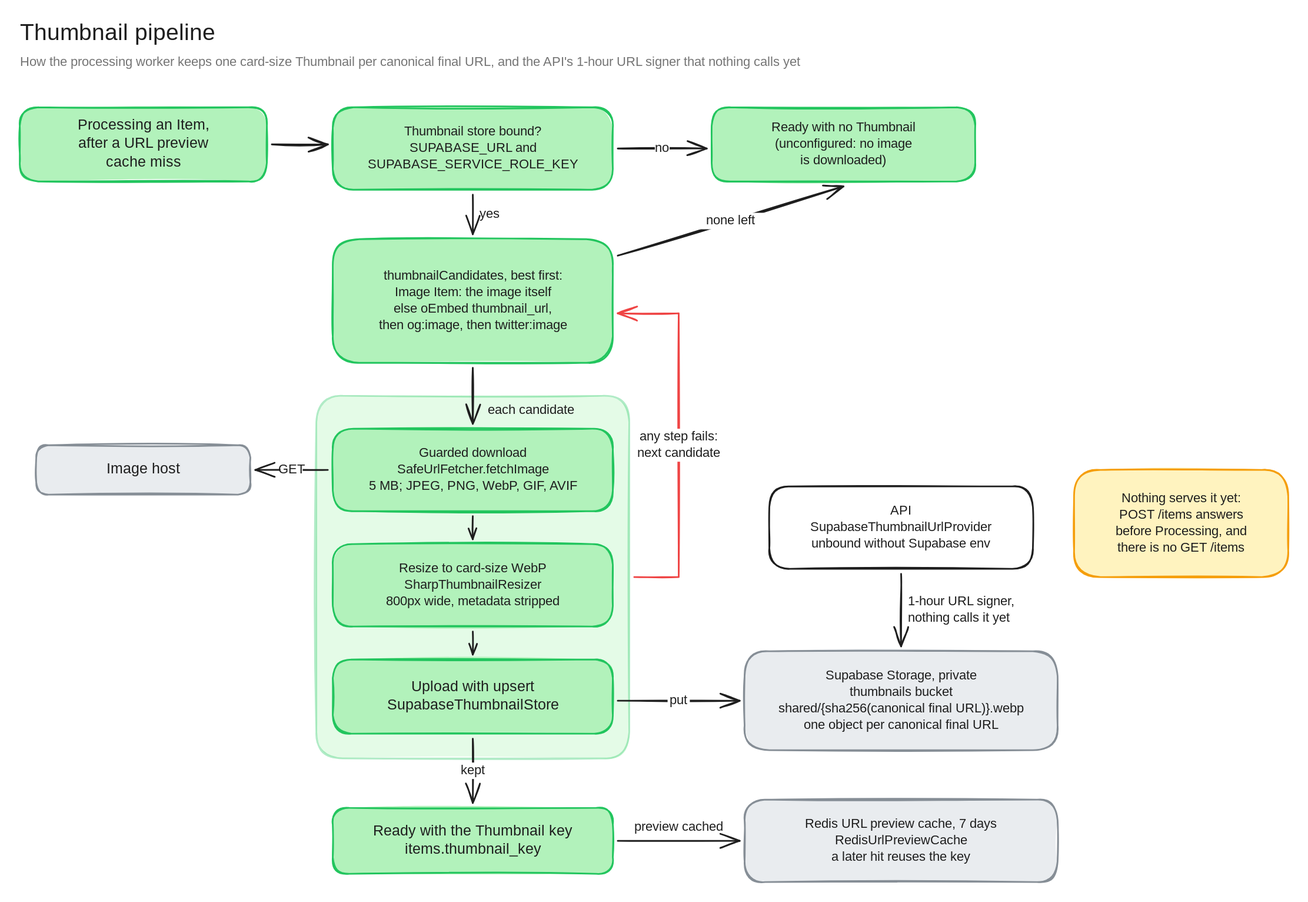
Above: docs/diagrams/thumbnail-pipeline.excalidraw.svg in souravdotdev/Resonory (Excalidraw), before the change. Source tidied: one line per element, renumbered; positions are measured from the earlier drawing's top-left corner, leaving out a move shared by most shapes.
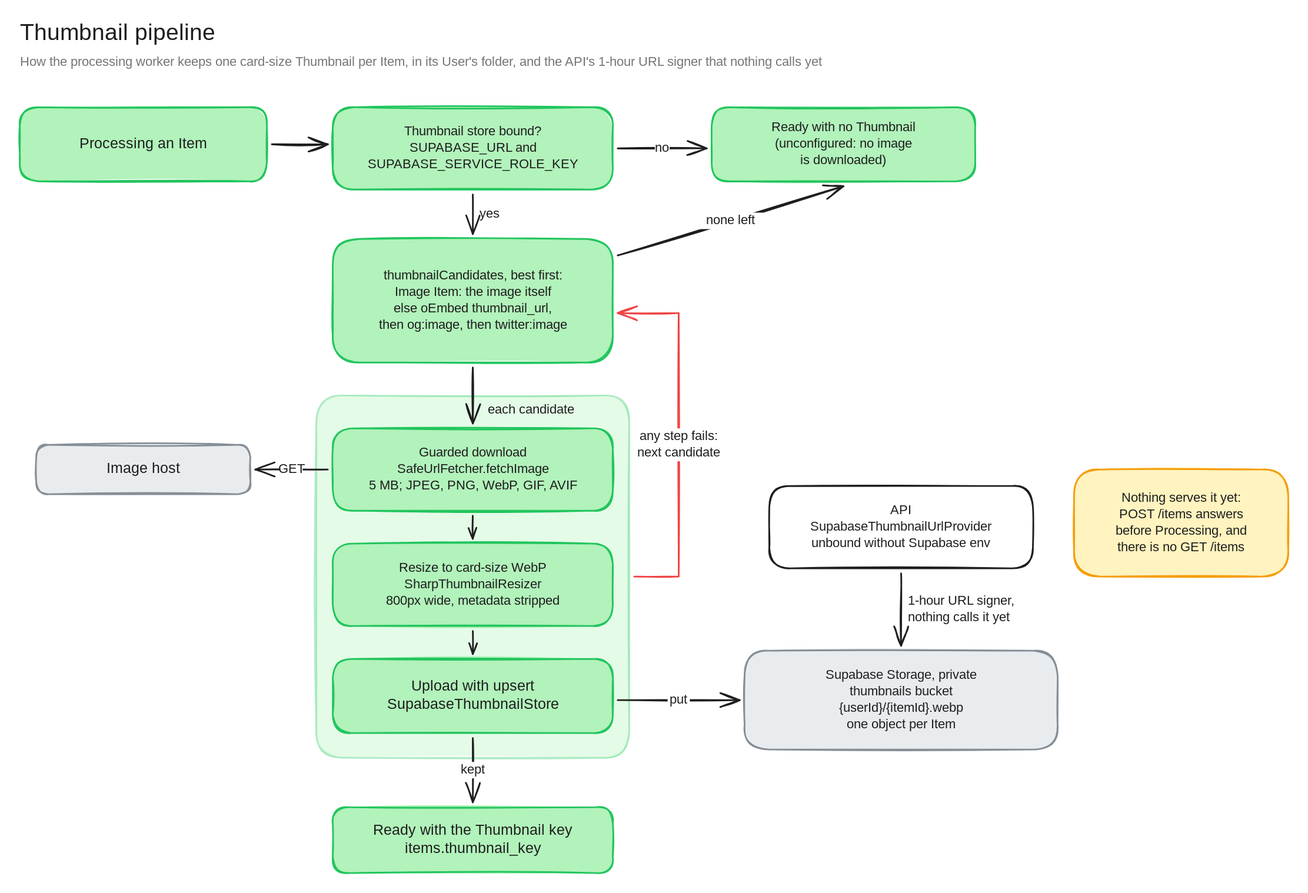
After the commit.

Commit message:
docs(diagrams): keep the Thumbnail pipeline's picture at {userId}/{itemId}.webp, no cache step

The edit, as a diff of the source:
```diff
@@ -1,7 +1,7 @@
 {"id": 0, "type": "text", "text": "Thumbnail pipeline", "strokeColor": "#1e1e1e", "strokeWidth": 2, "roughness": 1, "fontSize": 28, "fontFamily": 5, "x": 0, "y": 0, "width": 278, "height": 35}
-{"id": 1, "type": "text", "text": "How the processing worker keeps one card-size Thumbnail per canonical final URL, and the API's 1-hour URL signer that nothing calls yet", "strokeColor": "#757575", "strokeWidth": 2, "roughness": 1, "fontSize": 16, "fontFamily": 5, "x": 0, "y": 42, "width": 1189, "height": 20}
+{"id": 1, "type": "text", "text": "How the processing worker keeps one card-size Thumbnail per Item, in its User's folder, and the API's 1-hour URL signer that nothing calls yet", "strokeColor": "#757575", "strokeWidth": 2, "roughness": 1, "fontSize": 16, "fontFamily": 5, "x": 0, "y": 42, "width": 1261, "height": 20}
 {"id": 2, "type": "rectangle", "strokeColor": "#22c55e", "backgroundColor": "#b2f2bb", "fillStyle": "solid", "strokeWidth": 2, "roughness": 1, "round": true, "x": 0, "y": 106, "width": 300, "height": 90}
-{"id": 3, "type": "text", "text": "Processing an Item,\nafter a URL preview\ncache miss", "strokeColor": "#1e1e1e", "strokeWidth": 2, "roughness": 1, "fontSize": 18, "fontFamily": 5, "textAlign": "center", "verticalAlign": "middle", "inside": 2, "x": 56, "y": 117, "width": 189, "height": 68}
+{"id": 3, "type": "text", "text": "Processing an Item", "strokeColor": "#1e1e1e", "strokeWidth": 2, "roughness": 1, "fontSize": 18, "fontFamily": 5, "textAlign": "center", "verticalAlign": "middle", "inside": 2, "x": 60, "y": 140, "width": 180, "height": 22}
 {"id": 4, "type": "rectangle", "strokeColor": "#22c55e", "backgroundColor": "#b2f2bb", "fillStyle": "solid", "strokeWidth": 2, "roughness": 1, "round": true, "x": 380, "y": 106, "width": 340, "height": 100}
 {"id": 5, "type": "text", "text": "Thumbnail store bound?\nSUPABASE_URL and\nSUPABASE_SERVICE_ROLE_KEY", "strokeColor": "#1e1e1e", "strokeWidth": 2, "roughness": 1, "fontSize": 16, "fontFamily": 5, "textAlign": "center", "verticalAlign": "middle", "inside": 4, "x": 440, "y": 126, "width": 221, "height": 60}
 {"id": 6, "type": "rectangle", "strokeColor": "#22c55e", "backgroundColor": "#b2f2bb", "fillStyle": "solid", "strokeWidth": 2, "roughness": 1, "round": true, "x": 840, "y": 106, "width": 320, "height": 90}
@@ -19,15 +19,13 @@
 {"id": 18, "type": "rectangle", "strokeColor": "#22c55e", "backgroundColor": "#b2f2bb", "fillStyle": "solid", "strokeWidth": 2, "roughness": 1, "round": true, "x": 380, "y": 776, "width": 340, "height": 90}
 {"id": 19, "type": "text", "text": "Upload with upsert\nSupabaseThumbnailStore", "strokeColor": "#1e1e1e", "strokeWidth": 2, "roughness": 1, "fontSize": 18, "fontFamily": 5, "textAlign": "center", "verticalAlign": "middle", "inside": 18, "x": 441, "y": 798, "width": 218, "height": 45}
 {"id": 20, "type": "rectangle", "strokeColor": "#868e96", "backgroundColor": "#e9ecef", "fillStyle": "solid", "strokeWidth": 2, "roughness": 1, "round": true, "x": 880, "y": 766, "width": 380, "height": 120}
-{"id": 21, "type": "text", "text": "Supabase Storage, private\nthumbnails bucket\nshared/{sha256(canonical final URL)}.webp\none object per canonical final URL", "strokeColor": "#1e1e1e", "strokeWidth": 2, "roughness": 1, "fontSize": 16, "fontFamily": 5, "textAlign": "center", "verticalAlign": "middle", "inside": 20, "x": 890, "y": 786, "width": 361, "height": 80}
+{"id": 21, "type": "text", "text": "Supabase Storage, private\nthumbnails bucket\n{userId}/{itemId}.webp\none object per Item", "strokeColor": "#1e1e1e", "strokeWidth": 2, "roughness": 1, "fontSize": 16, "fontFamily": 5, "textAlign": "center", "verticalAlign": "middle", "inside": 20, "x": 959, "y": 786, "width": 222, "height": 80}
 {"id": 22, "type": "rectangle", "strokeColor": "#1e1e1e", "backgroundColor": "#ffffff", "fillStyle": "solid", "strokeWidth": 2, "roughness": 1, "round": true, "x": 910, "y": 566, "width": 320, "height": 100}
 {"id": 23, "type": "text", "text": "API\nSupabaseThumbnailUrlProvider\nunbound without Supabase env", "strokeColor": "#1e1e1e", "strokeWidth": 2, "roughness": 1, "fontSize": 16, "fontFamily": 5, "textAlign": "center", "verticalAlign": "middle", "inside": 22, "x": 946, "y": 586, "width": 247, "height": 60}
 {"id": 24, "type": "rectangle", "strokeColor": "#f59e0b", "backgroundColor": "#fff3bf", "fillStyle": "solid", "strokeWidth": 2, "roughness": 1, "round": true, "x": 1280, "y": 546, "width": 260, "height": 130}
 {"id": 25, "type": "text", "text": "Nothing serves it yet:\nPOST /items answers\nbefore Processing, and\nthere is no GET /items", "strokeColor": "#1e1e1e", "strokeWidth": 2, "roughness": 1, "fontSize": 16, "fontFamily": 5, "textAlign": "center", "verticalAlign": "middle", "inside": 24, "x": 1313, "y": 571, "width": 194, "height": 80}
 {"id": 26, "type": "rectangle", "strokeColor": "#22c55e", "backgroundColor": "#b2f2bb", "fillStyle": "solid", "strokeWidth": 2, "roughness": 1, "round": true, "x": 380, "y": 956, "width": 340, "height": 80}
 {"id": 27, "type": "text", "text": "Ready with the Thumbnail key\nitems.thumbnail_key", "strokeColor": "#1e1e1e", "strokeWidth": 2, "roughness": 1, "fontSize": 18, "fontFamily": 5, "textAlign": "center", "verticalAlign": "middle", "inside": 26, "x": 411, "y": 974, "width": 278, "height": 45}
-{"id": 28, "type": "rectangle", "strokeColor": "#868e96", "backgroundColor": "#e9ecef", "fillStyle": "solid", "strokeWidth": 2, "roughness": 1, "round": true, "x": 880, "y": 946, "width": 380, "height": 100}
-{"id": 29, "type": "text", "text": "Redis URL preview cache, 7 days\nRedisUrlPreviewCache\na later hit reuses the key", "strokeColor": "#1e1e1e", "strokeWidth": 2, "roughness": 1, "fontSize": 16, "fontFamily": 5, "textAlign": "center", "verticalAlign": "middle", "inside": 28, "x": 934, "y": 966, "width": 273, "height": 60}
 {"id": 30, "type": "arrow", "strokeColor": "#1e1e1e", "strokeWidth": 2, "roughness": 1, "endArrowhead": "arrow", "from": 2, "to": 4, "x": 306, "y": 151, "width": 68, "height": 0, "points": [[0, 0], [68, 0]]}
 {"id": 31, "type": "arrow", "strokeColor": "#1e1e1e", "strokeWidth": 2, "roughness": 1, "endArrowhead": "arrow", "from": 4, "to": 6, "x": 726, "y": 156, "width": 108, "height": 0, "points": [[0, 0], [108, 0]]}
 {"id": 32, "type": "text", "text": "no", "strokeColor": "#1e1e1e", "strokeWidth": 2, "roughness": 1, "fontSize": 16, "fontFamily": 5, "textAlign": "center", "verticalAlign": "middle", "inside": 31, "x": 771, "y": 146, "width": 18, "height": 20}
@@ -48,5 +46,3 @@
 {"id": 47, "type": "text", "text": "1-hour URL signer,\nnothing calls it yet", "strokeColor": "#1e1e1e", "strokeWidth": 2, "roughness": 1, "fontSize": 16, "fontFamily": 5, "x": 1078, "y": 696, "width": 177, "height": 40}
 {"id": 48, "type": "arrow", "strokeColor": "#1e1e1e", "strokeWidth": 2, "roughness": 1, "endArrowhead": "arrow", "from": 18, "to": 26, "x": 550, "y": 872, "width": 0, "height": 78, "points": [[0, 0], [0, 78]]}
 {"id": 49, "type": "text", "text": "kept", "strokeColor": "#1e1e1e", "strokeWidth": 2, "roughness": 1, "fontSize": 16, "fontFamily": 5, "textAlign": "center", "verticalAlign": "middle", "inside": 48, "x": 532, "y": 901, "width": 36, "height": 20}
-{"id": 50, "type": "arrow", "strokeColor": "#1e1e1e", "strokeWidth": 2, "roughness": 1, "endArrowhead": "arrow", "from": 26, "to": 28, "x": 726, "y": 996, "width": 148, "height": 0, "points": [[0, 0], [148, 0]]}
-{"id": 51, "type": "text", "text": "preview cached", "strokeColor": "#1e1e1e", "strokeWidth": 2, "roughness": 1, "fontSize": 16, "fontFamily": 5, "textAlign": "center", "x": 738, "y": 970, "width": 124, "height": 20}
```
